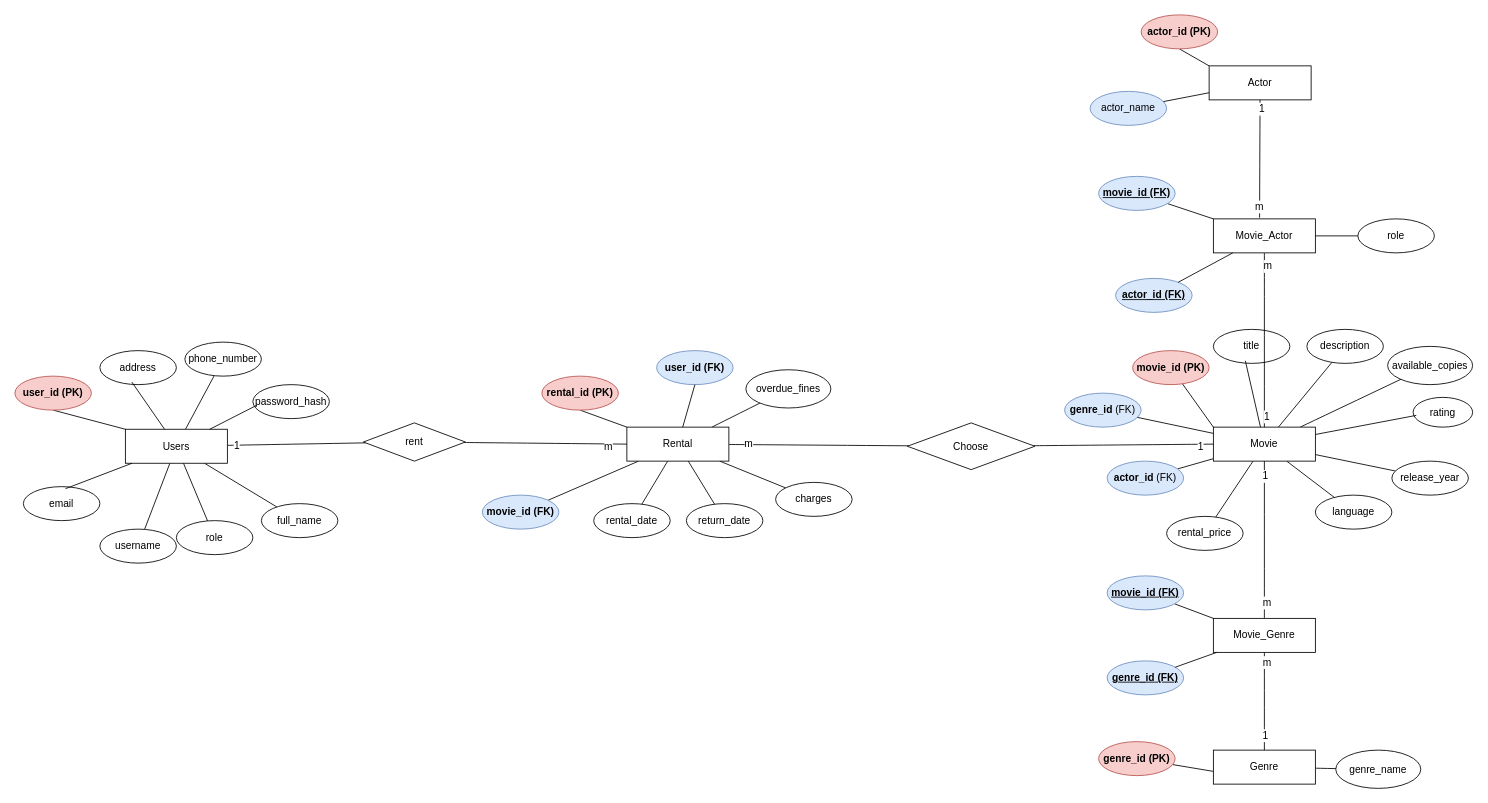
Earlier version of the draw.io diagram ERD_MovieRentalSystem.drawio (TAK1ST/Rentail-Movie). Source tidied: cells renumbered, new cells numbered last; positions are measured from the earlier drawing's top-left corner, leaving out a move shared by most shapes. Both pictures are drawn from the tidied source at 85%, with x=0, y=0 at pixel (14, 14).
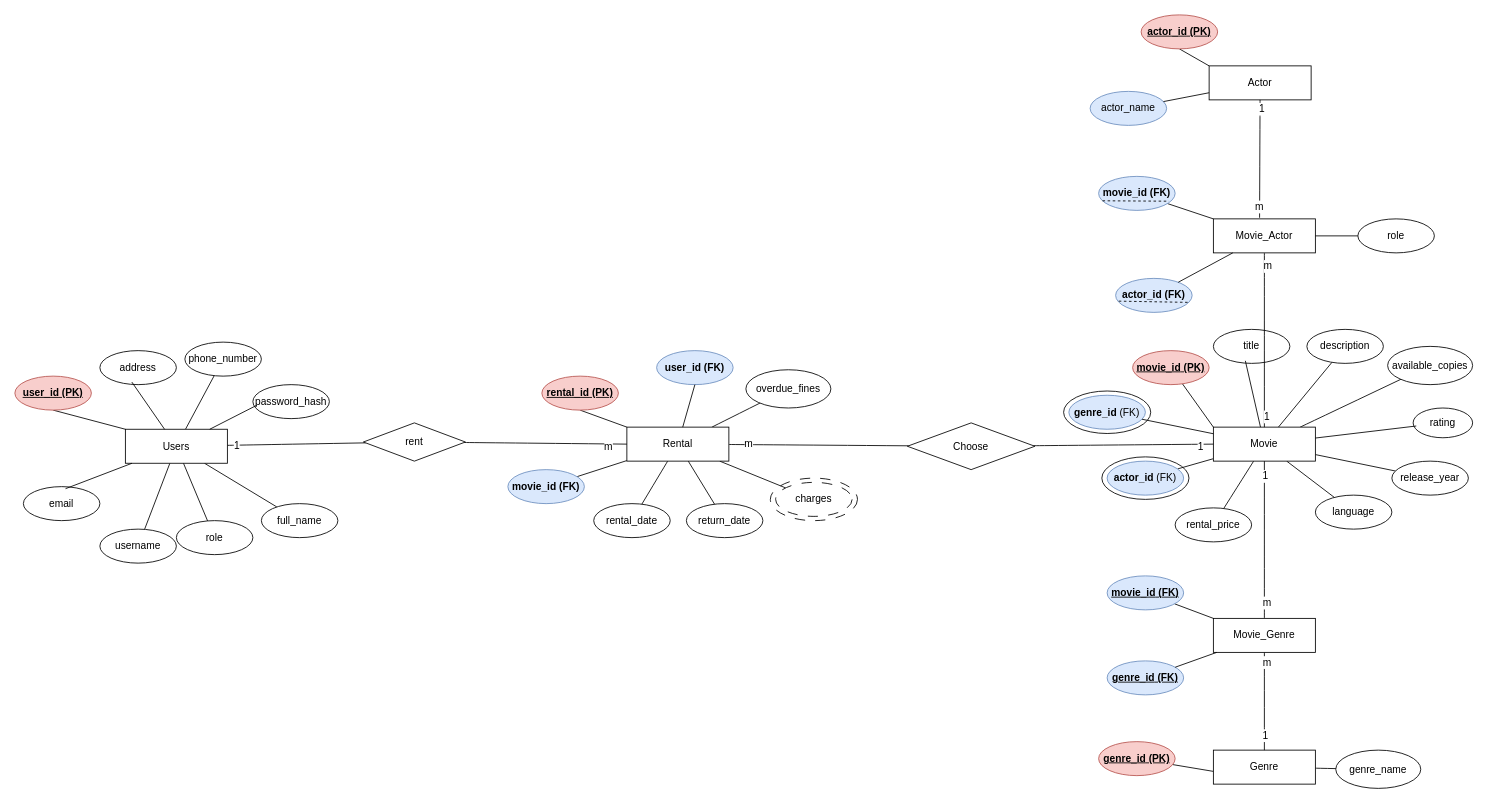
The same diagram, later.

The edit, as a diff of the source:
```diff
@@
-    <mxCell id="16" value="&lt;strong&gt;user_id&lt;/strong&gt; (PK)" style="ellipse;whiteSpace=wrap;html=1;fillColor=#f8cecc;strokeColor=#b85450;fontStyle=1;" parent="1" vertex="1">
+    <mxCell id="16" value="&lt;strong&gt;user_id&lt;/strong&gt; (PK)" style="ellipse;whiteSpace=wrap;html=1;fillColor=#f8cecc;strokeColor=#b85450;fontStyle=5;" parent="1" vertex="1">
       <mxGeometry y="425" width="90" height="40" as="geometry" />
     </mxCell>
@@
     <mxCell id="32" value="&lt;strong&gt;genre_id&lt;/strong&gt; (FK)" style="ellipse;whiteSpace=wrap;html=1;fillColor=#dae8fc;strokeColor=#6c8ebf;" parent="1" vertex="1">
-      <mxGeometry x="1235" y="445" width="90" height="40" as="geometry" />
+      <mxGeometry x="1240" y="447.5" width="90" height="40" as="geometry" />
     </mxCell>
     <mxCell id="33" value="rating" style="ellipse;whiteSpace=wrap;html=1;" parent="1" vertex="1">
-      <mxGeometry x="1645" y="450" width="70" height="35" as="geometry" />
+      <mxGeometry x="1645" y="462.5" width="70" height="35" as="geometry" />
     </mxCell>
@@
-    <mxCell id="35" value="&lt;strong&gt;movie_id&lt;/strong&gt; (PK)" style="ellipse;whiteSpace=wrap;html=1;fillColor=#f8cecc;strokeColor=#b85450;fontStyle=1;" parent="1" vertex="1">
+    <mxCell id="35" value="&lt;strong&gt;movie_id&lt;/strong&gt; (PK)" style="ellipse;whiteSpace=wrap;html=1;fillColor=#f8cecc;strokeColor=#b85450;fontStyle=5;" parent="1" vertex="1">
       <mxGeometry x="1315" y="395" width="90" height="40" as="geometry" />
     </mxCell>
@@
     <mxCell id="40" value="rental_price" style="ellipse;whiteSpace=wrap;html=1;" parent="1" vertex="1">
-      <mxGeometry x="1355" y="590" width="90" height="40" as="geometry" />
+      <mxGeometry x="1365" y="580" width="90" height="40" as="geometry" />
     </mxCell>
@@
-    <mxCell id="45" value="&lt;strong&gt;genre_id&lt;/strong&gt; (PK)" style="ellipse;whiteSpace=wrap;html=1;fillColor=#f8cecc;strokeColor=#b85450;fontStyle=1;" parent="1" vertex="1">
+    <mxCell id="45" value="&lt;strong&gt;genre_id&lt;/strong&gt; (PK)" style="ellipse;whiteSpace=wrap;html=1;fillColor=#f8cecc;strokeColor=#b85450;fontStyle=5;" parent="1" vertex="1">
       <mxGeometry x="1275" y="855" width="90" height="40" as="geometry" />
     </mxCell>
@@
-    <mxCell id="61" value="&lt;strong&gt;actor_id&lt;/strong&gt; (PK)" style="ellipse;whiteSpace=wrap;html=1;fillColor=#f8cecc;strokeColor=#b85450;fontStyle=1;" parent="1" vertex="1">
+    <mxCell id="61" value="&lt;strong&gt;actor_id&lt;/strong&gt; (PK)" style="ellipse;whiteSpace=wrap;html=1;fillColor=#f8cecc;strokeColor=#b85450;fontStyle=5;" parent="1" vertex="1">
       <mxGeometry x="1325" width="90" height="40" as="geometry" />
     </mxCell>
@@
-    <mxCell id="69" value="&lt;strong&gt;actor_id&lt;/strong&gt; (FK)" style="ellipse;whiteSpace=wrap;html=1;fillColor=#dae8fc;strokeColor=#6c8ebf;fontStyle=5;" parent="1" vertex="1">
+    <mxCell id="69" value="&lt;strong&gt;actor_id&lt;/strong&gt; (FK)" style="ellipse;whiteSpace=wrap;html=1;fillColor=#dae8fc;strokeColor=#6c8ebf;fontStyle=1;" parent="1" vertex="1">
       <mxGeometry x="1295" y="310" width="90" height="40" as="geometry" />
     </mxCell>
-    <mxCell id="70" value="&lt;strong&gt;movie_id&lt;/strong&gt; (FK)" style="ellipse;whiteSpace=wrap;html=1;fillColor=#dae8fc;strokeColor=#6c8ebf;fontStyle=5;" parent="1" vertex="1">
+    <mxCell id="70" value="&lt;strong&gt;movie_id&lt;/strong&gt; (FK)" style="ellipse;whiteSpace=wrap;html=1;fillColor=#dae8fc;strokeColor=#6c8ebf;fontStyle=1;" parent="1" vertex="1">
       <mxGeometry x="1275" y="190" width="90" height="40" as="geometry" />
     </mxCell>
@@
-    <mxCell id="82" value="charges" style="ellipse;whiteSpace=wrap;html=1;" parent="1" vertex="1">
+    <mxCell id="82" value="charges" style="ellipse;whiteSpace=wrap;html=1;dashed=1;dashPattern=12 12;" parent="1" vertex="1">
       <mxGeometry x="895" y="550" width="90" height="40" as="geometry" />
     </mxCell>
@@
     <mxCell id="85" value="&lt;strong&gt;movie_id&lt;/strong&gt; (FK)" style="ellipse;whiteSpace=wrap;html=1;fillColor=#dae8fc;strokeColor=#6c8ebf;fontStyle=1;" parent="1" vertex="1">
-      <mxGeometry x="550" y="565" width="90" height="40" as="geometry" />
+      <mxGeometry x="580" y="535" width="90" height="40" as="geometry" />
     </mxCell>
-    <mxCell id="86" value="&lt;strong&gt;rental_id&lt;/strong&gt; (PK)" style="ellipse;whiteSpace=wrap;html=1;fillColor=#f8cecc;strokeColor=#b85450;fontStyle=1;" parent="1" vertex="1">
+    <mxCell id="86" value="&lt;strong&gt;rental_id&lt;/strong&gt; (PK)" style="ellipse;whiteSpace=wrap;html=1;fillColor=#f8cecc;strokeColor=#b85450;fontStyle=5;" parent="1" vertex="1">
       <mxGeometry x="620" y="425" width="90" height="40" as="geometry" />
     </mxCell>
@@
+    <mxCell id="99" style="endArrow=none;dashed=1;html=1;rounded=0;exitX=0.051;exitY=0.718;exitDx=0;exitDy=0;exitPerimeter=0;entryX=0.919;entryY=0.73;entryDx=0;entryDy=0;entryPerimeter=0;" parent="1" edge="1" source="70" target="70">
+      <mxGeometry relative="1" as="geometry" />
+    </mxCell>
+    <mxCell id="100" style="endArrow=none;dashed=1;html=1;rounded=0;exitX=0.041;exitY=0.67;exitDx=0;exitDy=0;exitPerimeter=0;entryX=0.961;entryY=0.706;entryDx=0;entryDy=0;entryPerimeter=0;" parent="1" edge="1" source="69" target="69">
+      <mxGeometry relative="1" as="geometry" />
+    </mxCell>
+    <mxCell id="101" style="ellipse;whiteSpace=wrap;html=1;gradientColor=none;fillStyle=dashed;fillColor=none;" parent="1" vertex="1">
+      <mxGeometry x="1233.8" y="442.5" width="102.5" height="50" as="geometry" />
+    </mxCell>
+    <mxCell id="102" style="ellipse;whiteSpace=wrap;html=1;gradientColor=none;fillStyle=dashed;fillColor=none;" parent="1" vertex="1">
+      <mxGeometry x="1278.8" y="520" width="102.5" height="50" as="geometry" />
+    </mxCell>
+    <mxCell id="103" style="ellipse;whiteSpace=wrap;html=1;gradientColor=none;fillStyle=dashed;fillColor=none;dashed=1;dashPattern=12 12;" parent="1" vertex="1">
+      <mxGeometry x="888.8" y="545" width="102.5" height="50" as="geometry" />
+    </mxCell>
```
